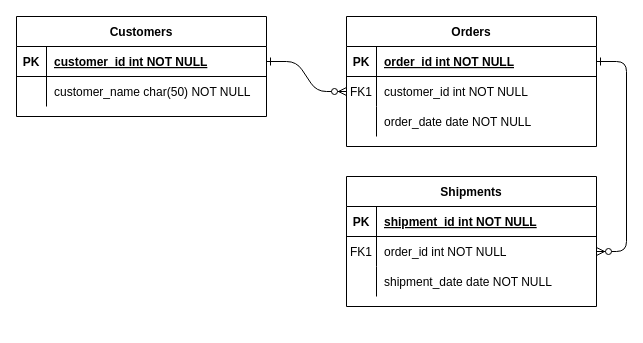
This is DataManagement/image/Data_Governance_Model_1.drawio from abhinavofficial/framework-utility-compilation, a draw.io file, before an edit. Source tidied: cells renumbered, new cells numbered last; positions are measured from the earlier drawing's top-left corner, leaving out a move shared by most shapes. Both pictures are drawn from the tidied source at 100%, with x=0, y=0 at pixel (16, 16).
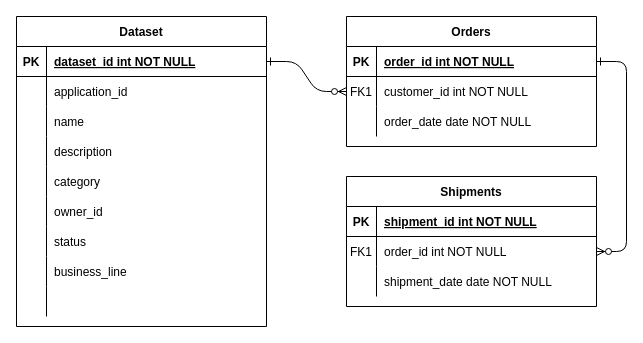
Above is the later version.

Unchanged cells that the change refers to:
```xml
<mxCell id="25" style="shape=partialRectangle;fillColor=none;points=[[0,0.5],[1,0.5]];portConstraint=eastwest;top=0;left=0;right=0;bottom=1;" parent="24" vertex="1">
  <mxGeometry y="30" width="250" height="30" as="geometry" />
</mxCell>
<mxCell id="28" style="shape=partialRectangle;fillColor=none;top=0;left=0;right=0;bottom=0;" parent="24" vertex="1">
  <mxGeometry y="60" width="250" height="30" as="geometry" />
</mxCell>
```

What changed in the source:
```diff
@@
-    <mxCell id="24" value="Customers" style="shape=table;startSize=30;childLayout=tableLayout;rowLines=0;fontStyle=1;align=center;" parent="1" vertex="1">
-      <mxGeometry width="250" height="100" as="geometry" />
+    <mxCell id="24" value="Dataset" style="shape=table;startSize=30;childLayout=tableLayout;rowLines=0;fontStyle=1;align=center;" parent="1" vertex="1">
+      <mxGeometry width="250" height="310" as="geometry" />
     </mxCell>
@@
-    <mxCell id="27" value="customer_id int NOT NULL " style="shape=partialRectangle;overflow=hidden;fillColor=none;top=0;left=0;bottom=0;right=0;align=left;spacingLeft=6;fontStyle=5;" parent="25" vertex="1">
+    <mxCell id="27" value="dataset_id int NOT NULL " style="shape=partialRectangle;overflow=hidden;fillColor=none;top=0;left=0;bottom=0;right=0;align=left;spacingLeft=6;fontStyle=5;" parent="25" vertex="1">
       <mxGeometry x="30" width="220" height="30" as="geometry" />
     </mxCell>
@@
-    <mxCell id="30" value="customer_name char(50) NOT NULL" style="shape=partialRectangle;overflow=hidden;fillColor=none;top=0;left=0;bottom=0;right=0;align=left;spacingLeft=6;" parent="28" vertex="1">
+    <mxCell id="30" value="application_id" style="shape=partialRectangle;overflow=hidden;fillColor=none;top=0;left=0;bottom=0;right=0;align=left;spacingLeft=6;" parent="28" vertex="1">
       <mxGeometry x="30" width="220" height="30" as="geometry" />
     </mxCell>
+    <mxCell id="31" style="shape=partialRectangle;fillColor=none;top=0;left=0;right=0;bottom=0;" parent="24" vertex="1">
+      <mxGeometry y="90" width="250" height="30" as="geometry" />
+    </mxCell>
+    <mxCell id="32" style="shape=partialRectangle;overflow=hidden;fillColor=none;top=0;left=0;bottom=0;right=0;" parent="31" vertex="1">
+      <mxGeometry width="30" height="30" as="geometry" />
+    </mxCell>
+    <mxCell id="33" value="name" style="shape=partialRectangle;overflow=hidden;fillColor=none;top=0;left=0;bottom=0;right=0;align=left;spacingLeft=6;" parent="31" vertex="1">
+      <mxGeometry x="30" width="220" height="30" as="geometry" />
+    </mxCell>
+    <mxCell id="34" style="shape=partialRectangle;fillColor=none;top=0;left=0;right=0;bottom=0;" parent="24" vertex="1">
+      <mxGeometry y="120" width="250" height="30" as="geometry" />
+    </mxCell>
+    <mxCell id="35" style="shape=partialRectangle;overflow=hidden;fillColor=none;top=0;left=0;bottom=0;right=0;" parent="34" vertex="1">
+      <mxGeometry width="30" height="30" as="geometry" />
+    </mxCell>
+    <mxCell id="36" value="description" style="shape=partialRectangle;overflow=hidden;fillColor=none;top=0;left=0;bottom=0;right=0;align=left;spacingLeft=6;" parent="34" vertex="1">
+      <mxGeometry x="30" width="220" height="30" as="geometry" />
+    </mxCell>
+    <mxCell id="37" style="shape=partialRectangle;fillColor=none;top=0;left=0;right=0;bottom=0;" parent="24" vertex="1">
+      <mxGeometry y="150" width="250" height="30" as="geometry" />
+    </mxCell>
+    <mxCell id="38" style="shape=partialRectangle;overflow=hidden;fillColor=none;top=0;left=0;bottom=0;right=0;" parent="37" vertex="1">
+      <mxGeometry width="30" height="30" as="geometry" />
+    </mxCell>
+    <mxCell id="39" value="category" style="shape=partialRectangle;overflow=hidden;fillColor=none;top=0;left=0;bottom=0;right=0;align=left;spacingLeft=6;" parent="37" vertex="1">
+      <mxGeometry x="30" width="220" height="30" as="geometry" />
+    </mxCell>
+    <mxCell id="40" style="shape=partialRectangle;fillColor=none;top=0;left=0;right=0;bottom=0;" parent="24" vertex="1">
+      <mxGeometry y="180" width="250" height="30" as="geometry" />
+    </mxCell>
+    <mxCell id="41" style="shape=partialRectangle;overflow=hidden;fillColor=none;top=0;left=0;bottom=0;right=0;" parent="40" vertex="1">
+      <mxGeometry width="30" height="30" as="geometry" />
+    </mxCell>
+    <mxCell id="42" value="owner_id" style="shape=partialRectangle;overflow=hidden;fillColor=none;top=0;left=0;bottom=0;right=0;align=left;spacingLeft=6;" parent="40" vertex="1">
+      <mxGeometry x="30" width="220" height="30" as="geometry" />
+    </mxCell>
+    <mxCell id="43" style="shape=partialRectangle;fillColor=none;top=0;left=0;right=0;bottom=0;" parent="24" vertex="1">
+      <mxGeometry y="210" width="250" height="30" as="geometry" />
+    </mxCell>
+    <mxCell id="44" style="shape=partialRectangle;overflow=hidden;fillColor=none;top=0;left=0;bottom=0;right=0;" parent="43" vertex="1">
+      <mxGeometry width="30" height="30" as="geometry" />
+    </mxCell>
+    <mxCell id="45" value="status" style="shape=partialRectangle;overflow=hidden;fillColor=none;top=0;left=0;bottom=0;right=0;align=left;spacingLeft=6;" parent="43" vertex="1">
+      <mxGeometry x="30" width="220" height="30" as="geometry" />
+    </mxCell>
+    <mxCell id="46" style="shape=partialRectangle;fillColor=none;top=0;left=0;right=0;bottom=0;" parent="24" vertex="1">
+      <mxGeometry y="240" width="250" height="30" as="geometry" />
+    </mxCell>
+    <mxCell id="47" style="shape=partialRectangle;overflow=hidden;fillColor=none;top=0;left=0;bottom=0;right=0;" parent="46" vertex="1">
+      <mxGeometry width="30" height="30" as="geometry" />
+    </mxCell>
+    <mxCell id="48" value="business_line" style="shape=partialRectangle;overflow=hidden;fillColor=none;top=0;left=0;bottom=0;right=0;align=left;spacingLeft=6;" parent="46" vertex="1">
+      <mxGeometry x="30" width="220" height="30" as="geometry" />
+    </mxCell>
+    <mxCell id="49" style="shape=partialRectangle;fillColor=none;top=0;left=0;right=0;bottom=0;" parent="24" vertex="1">
+      <mxGeometry y="270" width="250" height="30" as="geometry" />
+    </mxCell>
+    <mxCell id="50" style="shape=partialRectangle;overflow=hidden;fillColor=none;top=0;left=0;bottom=0;right=0;" parent="49" vertex="1">
+      <mxGeometry width="30" height="30" as="geometry" />
+    </mxCell>
+    <mxCell id="51" style="shape=partialRectangle;overflow=hidden;fillColor=none;top=0;left=0;bottom=0;right=0;align=left;spacingLeft=6;" parent="49" vertex="1">
+      <mxGeometry x="30" width="220" height="30" as="geometry" />
+    </mxCell>
```
